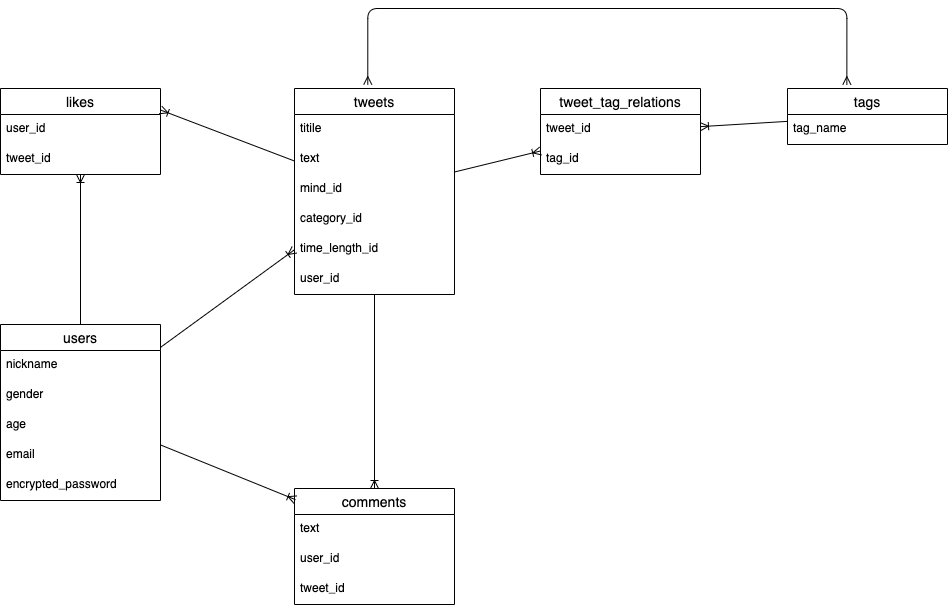
Earlier version of the draw.io export app/controllers/nemuru.drawio.png (yuki-brave/nemuru). Source tidied: cells renumbered, new cells last; positions are measured from the earlier drawing's top-left corner, leaving out a move shared by most shapes.
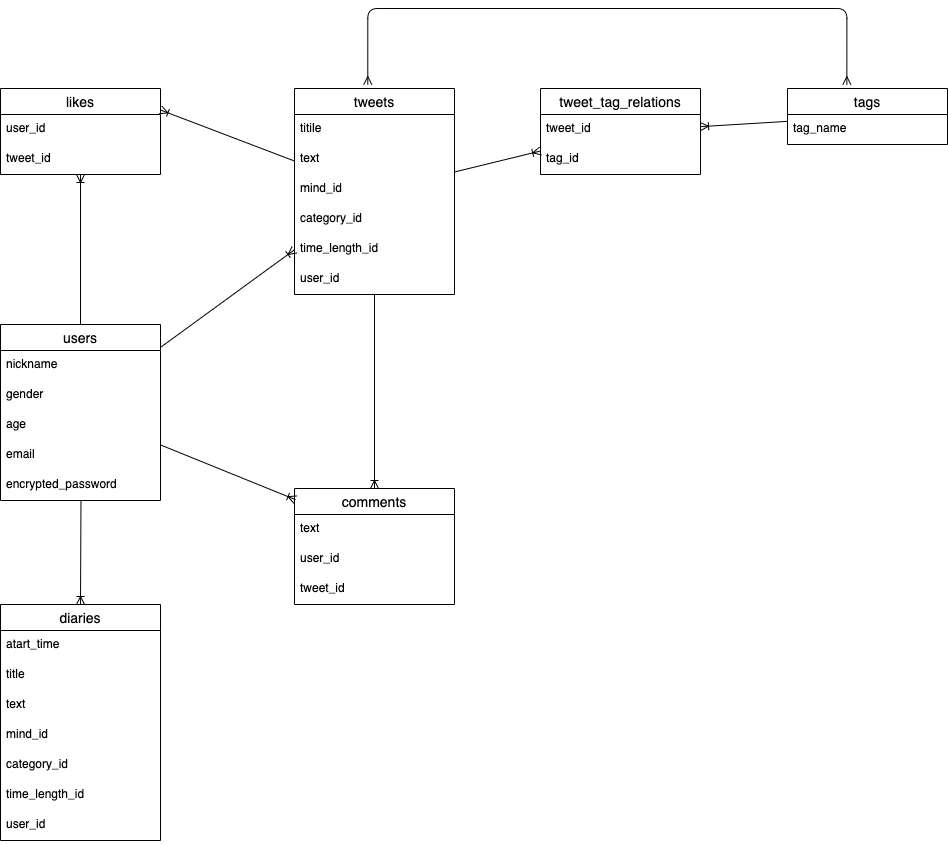
Later version of the same file.

Commit message:
diaryテーブルの構想

What changed in the source:
```diff
@@ -106,5 +106,32 @@
     <mxCell id="34" style="fontSize=12;html=1;endArrow=ERoneToMany;" parent="1" edge="1" source="2" target="30">
       <mxGeometry relative="1" as="geometry" />
     </mxCell>
+    <mxCell id="35" value="diaries" style="swimlane;fontStyle=0;horizontal=1;startSize=26;align=center;fontSize=14;" parent="1" vertex="1">
+      <mxGeometry y="596" width="160" height="236" as="geometry" />
+    </mxCell>
+    <mxCell id="36" value="atart_time" style="text;strokeColor=none;fillColor=none;spacingLeft=4;spacingRight=4;overflow=hidden;fontSize=12;" parent="35" vertex="1">
+      <mxGeometry y="26" width="160" height="30" as="geometry" />
+    </mxCell>
+    <mxCell id="37" value="title" style="text;strokeColor=none;fillColor=none;spacingLeft=4;spacingRight=4;overflow=hidden;fontSize=12;" parent="35" vertex="1">
+      <mxGeometry y="56" width="160" height="30" as="geometry" />
+    </mxCell>
+    <mxCell id="38" value="text" style="text;strokeColor=none;fillColor=none;spacingLeft=4;spacingRight=4;overflow=hidden;fontSize=12;" parent="35" vertex="1">
+      <mxGeometry y="86" width="160" height="30" as="geometry" />
+    </mxCell>
+    <mxCell id="39" value="mind_id" style="text;strokeColor=none;fillColor=none;spacingLeft=4;spacingRight=4;overflow=hidden;fontSize=12;" parent="35" vertex="1">
+      <mxGeometry y="116" width="160" height="30" as="geometry" />
+    </mxCell>
+    <mxCell id="40" value="category_id" style="text;strokeColor=none;fillColor=none;spacingLeft=4;spacingRight=4;overflow=hidden;fontSize=12;" parent="35" vertex="1">
+      <mxGeometry y="146" width="160" height="30" as="geometry" />
+    </mxCell>
+    <mxCell id="41" value="time_length_id" style="text;strokeColor=none;fillColor=none;spacingLeft=4;spacingRight=4;overflow=hidden;fontSize=12;" parent="35" vertex="1">
+      <mxGeometry y="176" width="160" height="30" as="geometry" />
+    </mxCell>
+    <mxCell id="42" value="user_id" style="text;strokeColor=none;fillColor=none;spacingLeft=4;spacingRight=4;overflow=hidden;fontSize=12;" parent="35" vertex="1">
+      <mxGeometry y="206" width="160" height="30" as="geometry" />
+    </mxCell>
+    <mxCell id="43" style="fontSize=12;html=1;endArrow=ERoneToMany;exitX=0.503;exitY=0.993;exitDx=0;exitDy=0;exitPerimeter=0;entryX=0.5;entryY=0;entryDx=0;entryDy=0;" parent="1" edge="1" source="7" target="35">
+      <mxGeometry relative="1" as="geometry" />
+    </mxCell>
   </root>
 </mxGraphModel>
```
